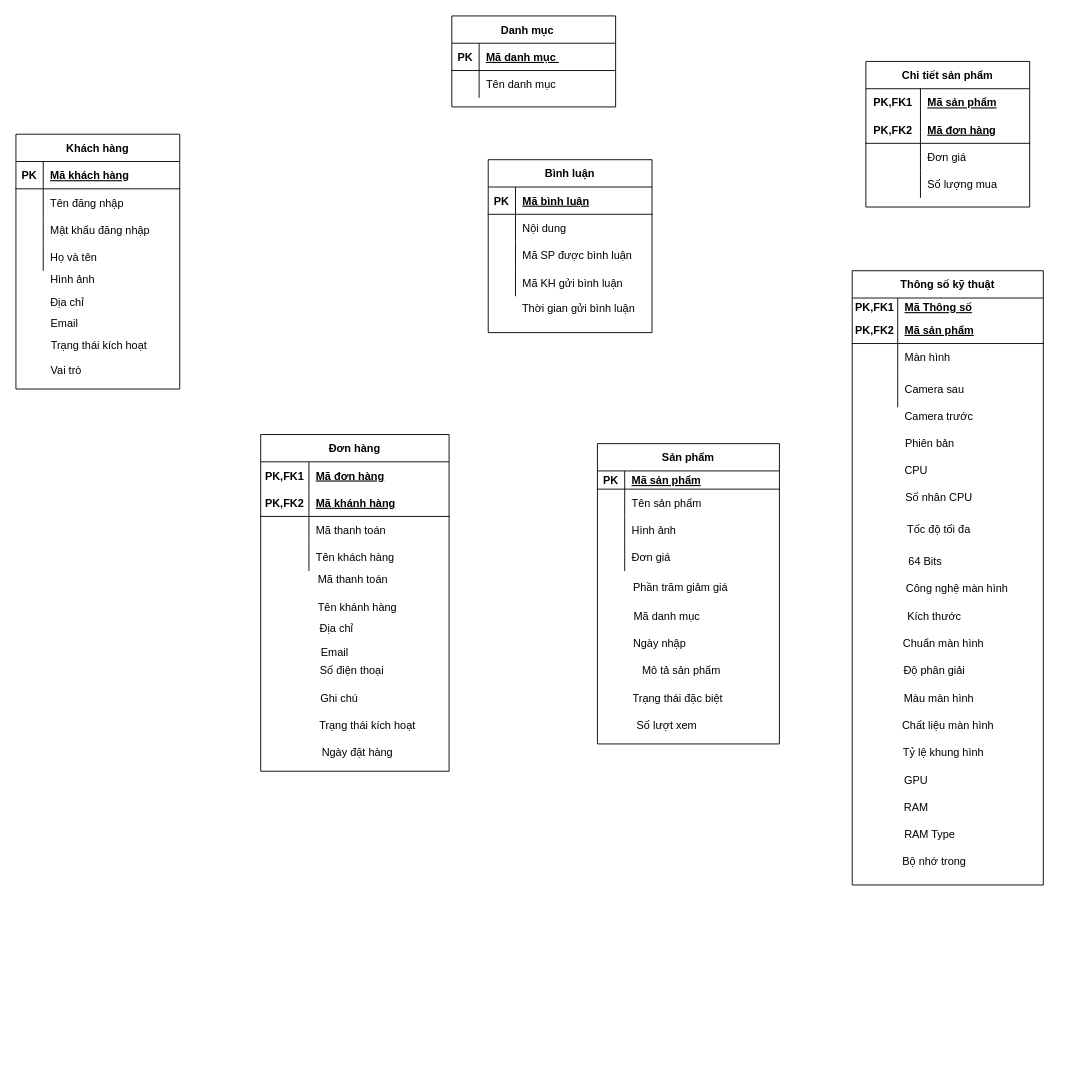
Above: Untitled Diagram.drawio in KhoantenKhoan/Team5 (draw.io), before the change. Source tidied: cells renumbered, new cells numbered last; positions are measured from the earlier drawing's top-left corner, leaving out a move shared by most shapes. Both pictures are drawn from the tidied source at 91%, with x=0, y=0 at pixel (15, 15).
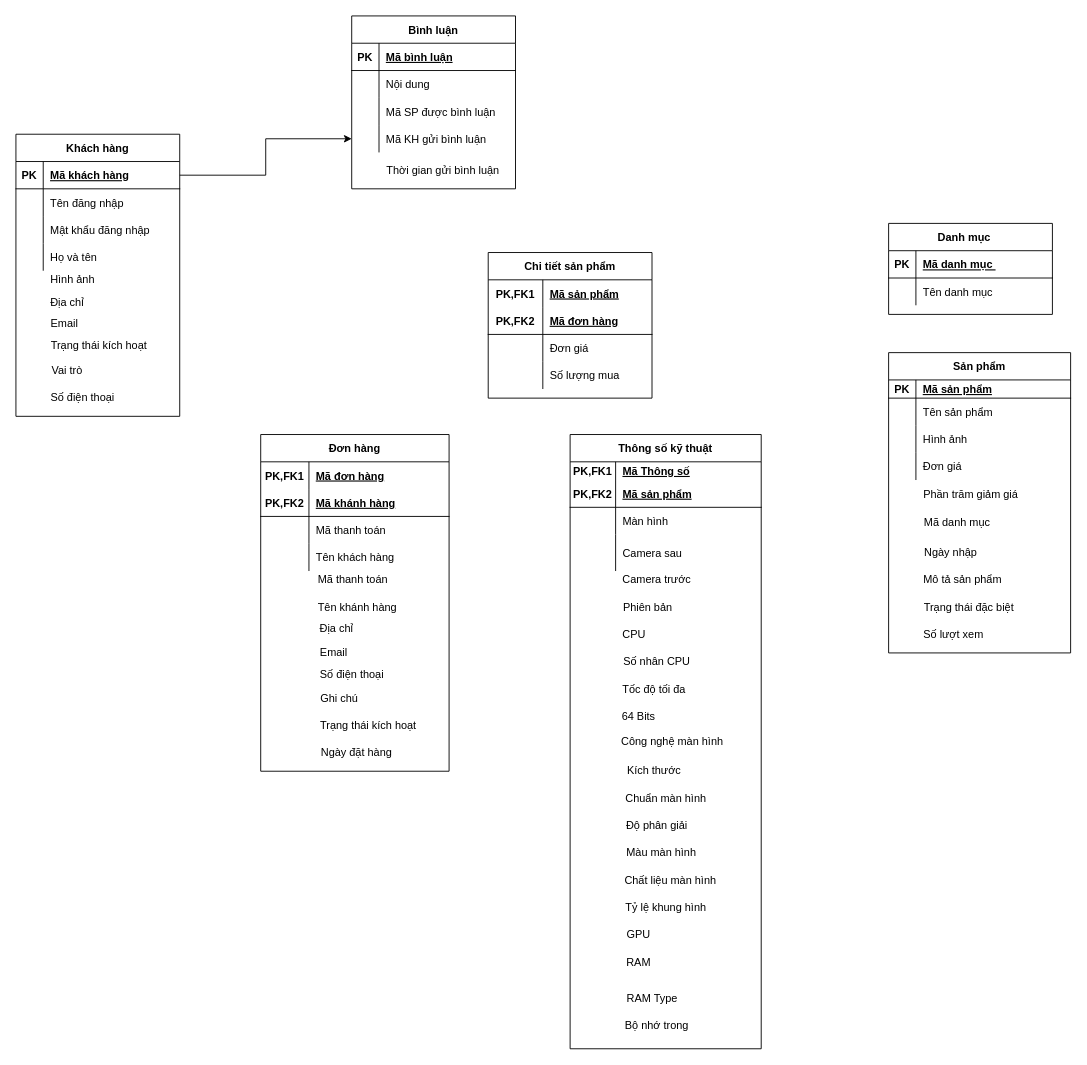
The same diagram, later.

The change refers to these unchanged cells:
```xml
<mxCell id="59" style="shape=partialRectangle;fillColor=none;top=0;left=0;bottom=1;right=0;points=[[0,0.5],[1,0.5]];portConstraint=eastwest;" parent="58" vertex="1">
  <mxGeometry y="30" width="180" height="30" as="geometry" />
</mxCell>
<mxCell id="120" style="shape=partialRectangle;fillColor=none;top=0;left=0;bottom=0;right=0;points=[[0,0.5],[1,0.5]];portConstraint=eastwest;" parent="110" vertex="1">
  <mxGeometry y="120" width="180" height="30" as="geometry" />
</mxCell>
```

Diff of the diagram source:
```diff
@@
     <mxCell id="2" value="Thông số kỹ thuật" style="shape=table;startSize=30;childLayout=tableLayout;rowLines=0;fontStyle=1;align=center;" parent="1" vertex="1">
-      <mxGeometry x="919" y="280" width="210" height="675" as="geometry" />
+      <mxGeometry x="609" y="460" width="210" height="675" as="geometry" />
     </mxCell>
@@
     <mxCell id="15" value="Danh mục    " style="shape=table;startSize=30;childLayout=tableLayout;rowLines=0;fontStyle=1;align=center;" parent="1" vertex="1">
-      <mxGeometry x="479" width="180" height="100" as="geometry" />
+      <mxGeometry x="959" y="228" width="180" height="100" as="geometry" />
     </mxCell>
@@
     <mxCell id="22" value="Sản phẩm" style="shape=table;startSize=30;childLayout=tableLayout;rowLines=0;fontStyle=1;align=center;" parent="1" vertex="1">
-      <mxGeometry x="639" y="470" width="200" height="330" as="geometry" />
+      <mxGeometry x="959" y="370" width="200" height="330" as="geometry" />
     </mxCell>
@@
     <mxCell id="35" value="Phần trăm giảm giá" style="text;html=1;align=center;verticalAlign=middle;strokeColor=none;fillColor=none;" parent="1" vertex="1">
-      <mxGeometry x="670" y="618" width="120" height="20" as="geometry" />
+      <mxGeometry x="989" y="516" width="120" height="20" as="geometry" />
     </mxCell>
     <mxCell id="36" value="Mã danh mục" style="text;html=1;align=center;verticalAlign=middle;strokeColor=none;fillColor=none;" parent="1" vertex="1">
-      <mxGeometry x="670" y="650" width="90" height="20" as="geometry" />
+      <mxGeometry x="989" y="546.5" width="90" height="20" as="geometry" />
     </mxCell>
     <mxCell id="37" value="Ngày nhập" style="text;html=1;align=center;verticalAlign=middle;strokeColor=none;fillColor=none;" parent="1" vertex="1">
-      <mxGeometry x="672" y="680" width="70" height="20" as="geometry" />
+      <mxGeometry x="992" y="580" width="70" height="20" as="geometry" />
     </mxCell>
     <mxCell id="38" value="Mô tả sản phẩm" style="text;html=1;align=center;verticalAlign=middle;strokeColor=none;fillColor=none;" parent="1" vertex="1">
-      <mxGeometry x="681" y="710" width="100" height="20" as="geometry" />
+      <mxGeometry x="990" y="610" width="100" height="20" as="geometry" />
     </mxCell>
     <mxCell id="39" value="Trạng thái đặc biệt" style="text;html=1;align=center;verticalAlign=middle;strokeColor=none;fillColor=none;" parent="1" vertex="1">
-      <mxGeometry x="672" y="740" width="110" height="20" as="geometry" />
+      <mxGeometry x="992" y="640" width="110" height="20" as="geometry" />
     </mxCell>
     <mxCell id="40" value="Số lượt xem" style="text;html=1;align=center;verticalAlign=middle;strokeColor=none;fillColor=none;" parent="1" vertex="1">
-      <mxGeometry x="675" y="770" width="80" height="20" as="geometry" />
+      <mxGeometry x="990" y="670" width="80" height="20" as="geometry" />
     </mxCell>
     <mxCell id="41" value="Camera trước" style="text;html=1;align=center;verticalAlign=middle;strokeColor=none;fillColor=none;" parent="1" vertex="1">
-      <mxGeometry x="969" y="430" width="90" height="20" as="geometry" />
+      <mxGeometry x="659" y="610" width="90" height="20" as="geometry" />
     </mxCell>
     <mxCell id="42" value="Phiên bản" style="text;html=1;align=center;verticalAlign=middle;strokeColor=none;fillColor=none;" parent="1" vertex="1">
-      <mxGeometry x="969" y="460" width="70" height="20" as="geometry" />
+      <mxGeometry x="659" y="640" width="70" height="20" as="geometry" />
     </mxCell>
     <mxCell id="43" value="CPU" style="text;html=1;align=center;verticalAlign=middle;strokeColor=none;fillColor=none;" parent="1" vertex="1">
-      <mxGeometry x="969" y="490" width="40" height="20" as="geometry" />
+      <mxGeometry x="659" y="670" width="40" height="20" as="geometry" />
     </mxCell>
     <mxCell id="44" value="Số nhân CPU" style="text;html=1;align=center;verticalAlign=middle;strokeColor=none;fillColor=none;" parent="1" vertex="1">
-      <mxGeometry x="969" y="520" width="90" height="20" as="geometry" />
+      <mxGeometry x="659" y="700" width="90" height="20" as="geometry" />
     </mxCell>
     <mxCell id="45" value="Tốc độ tối đa" style="text;html=1;align=center;verticalAlign=middle;strokeColor=none;fillColor=none;" parent="1" vertex="1">
-      <mxGeometry x="969" y="555" width="90" height="20" as="geometry" />
+      <mxGeometry x="656" y="730" width="90" height="20" as="geometry" />
     </mxCell>
     <mxCell id="46" value="64 Bits" style="text;html=1;align=center;verticalAlign=middle;strokeColor=none;fillColor=none;" parent="1" vertex="1">
-      <mxGeometry x="974" y="590" width="50" height="20" as="geometry" />
+      <mxGeometry x="659" y="760" width="50" height="20" as="geometry" />
     </mxCell>
     <mxCell id="47" value="Công nghệ màn hình" style="text;html=1;align=center;verticalAlign=middle;strokeColor=none;fillColor=none;" parent="1" vertex="1">
-      <mxGeometry x="969" y="620" width="130" height="20" as="geometry" />
+      <mxGeometry x="656" y="787.5" width="130" height="20" as="geometry" />
     </mxCell>
     <mxCell id="48" value="Kích thước" style="text;html=1;align=center;verticalAlign=middle;strokeColor=none;fillColor=none;" parent="1" vertex="1">
-      <mxGeometry x="974" y="650" width="70" height="20" as="geometry" />
+      <mxGeometry x="666" y="820" width="70" height="20" as="geometry" />
     </mxCell>
     <mxCell id="49" value="Chuẩn màn hình" style="text;html=1;align=center;verticalAlign=middle;strokeColor=none;fillColor=none;" parent="1" vertex="1">
-      <mxGeometry x="969" y="680" width="100" height="20" as="geometry" />
+      <mxGeometry x="664" y="850" width="100" height="20" as="geometry" />
     </mxCell>
     <mxCell id="50" value="Độ phân giải" style="text;html=1;align=center;verticalAlign=middle;strokeColor=none;fillColor=none;" parent="1" vertex="1">
-      <mxGeometry x="969" y="710" width="80" height="20" as="geometry" />
+      <mxGeometry x="664" y="880" width="80" height="20" as="geometry" />
     </mxCell>
     <mxCell id="51" value="Màu màn hình" style="text;html=1;align=center;verticalAlign=middle;strokeColor=none;fillColor=none;" parent="1" vertex="1">
-      <mxGeometry x="969" y="740" width="90" height="20" as="geometry" />
+      <mxGeometry x="664" y="910" width="90" height="20" as="geometry" />
     </mxCell>
     <mxCell id="52" value="Chất liệu màn hình" style="text;html=1;align=center;verticalAlign=middle;strokeColor=none;fillColor=none;" parent="1" vertex="1">
-      <mxGeometry x="964" y="770" width="120" height="20" as="geometry" />
+      <mxGeometry x="659" y="940" width="120" height="20" as="geometry" />
     </mxCell>
     <mxCell id="53" value="Tỷ lệ khung hình" style="text;html=1;align=center;verticalAlign=middle;strokeColor=none;fillColor=none;" parent="1" vertex="1">
-      <mxGeometry x="969" y="800" width="100" height="20" as="geometry" />
+      <mxGeometry x="664" y="970" width="100" height="20" as="geometry" />
     </mxCell>
     <mxCell id="54" value="GPU" style="text;html=1;align=center;verticalAlign=middle;strokeColor=none;fillColor=none;" parent="1" vertex="1">
-      <mxGeometry x="969" y="830" width="40" height="20" as="geometry" />
+      <mxGeometry x="664" y="1000" width="40" height="20" as="geometry" />
     </mxCell>
     <mxCell id="55" value="RAM" style="text;html=1;align=center;verticalAlign=middle;strokeColor=none;fillColor=none;" parent="1" vertex="1">
-      <mxGeometry x="969" y="860" width="40" height="20" as="geometry" />
+      <mxGeometry x="664" y="1030" width="40" height="20" as="geometry" />
     </mxCell>
     <mxCell id="56" value="RAM Type" style="text;html=1;align=center;verticalAlign=middle;strokeColor=none;fillColor=none;" parent="1" vertex="1">
-      <mxGeometry x="969" y="890" width="70" height="20" as="geometry" />
+      <mxGeometry x="664" y="1070" width="70" height="20" as="geometry" />
     </mxCell>
     <mxCell id="57" value="Bộ nhớ trong" style="text;html=1;align=center;verticalAlign=middle;strokeColor=none;fillColor=none;" parent="1" vertex="1">
-      <mxGeometry x="964" y="920" width="90" height="20" as="geometry" />
+      <mxGeometry x="659" y="1100" width="90" height="20" as="geometry" />
     </mxCell>
     <mxCell id="58" value="Khách hàng" style="shape=table;startSize=30;childLayout=tableLayout;rowLines=0;fontStyle=1;align=center;" parent="1" vertex="1">
-      <mxGeometry y="130" width="180" height="280" as="geometry" />
+      <mxGeometry y="130" width="180" height="310" as="geometry" />
     </mxCell>
@@
     <mxCell id="75" value="Vai trò" style="text;html=1;align=center;verticalAlign=middle;strokeColor=none;fillColor=none;" parent="1" vertex="1">
-      <mxGeometry x="30" y="380" width="50" height="20" as="geometry" />
+      <mxGeometry x="31" y="380" width="50" height="20" as="geometry" />
     </mxCell>
@@
     <mxCell id="91" value="Địa chỉ" style="text;html=1;align=center;verticalAlign=middle;strokeColor=none;fillColor=none;" parent="1" vertex="1">
-      <mxGeometry x="327" y="663" width="50" height="20" as="geometry" />
+      <mxGeometry x="327" y="664" width="50" height="20" as="geometry" />
     </mxCell>
     <mxCell id="92" value="Email" style="text;html=1;align=center;verticalAlign=middle;strokeColor=none;fillColor=none;" parent="1" vertex="1">
-      <mxGeometry x="325" y="690" width="50" height="20" as="geometry" />
+      <mxGeometry x="324" y="690" width="50" height="20" as="geometry" />
     </mxCell>
     <mxCell id="93" value="Số điện thoại" style="text;html=1;align=center;verticalAlign=middle;strokeColor=none;fillColor=none;" parent="1" vertex="1">
-      <mxGeometry x="324" y="710" width="90" height="20" as="geometry" />
+      <mxGeometry x="324" y="714" width="90" height="20" as="geometry" />
     </mxCell>
@@
     <mxCell id="95" value="Trạng thái kích hoạt" style="text;html=1;align=center;verticalAlign=middle;strokeColor=none;fillColor=none;" parent="1" vertex="1">
-      <mxGeometry x="326" y="770" width="120" height="20" as="geometry" />
+      <mxGeometry x="327" y="770" width="120" height="20" as="geometry" />
     </mxCell>
     <mxCell id="96" value="Ngày đặt hàng" style="text;html=1;align=center;verticalAlign=middle;strokeColor=none;fillColor=none;" parent="1" vertex="1">
-      <mxGeometry x="330" y="800" width="90" height="20" as="geometry" />
+      <mxGeometry x="329" y="800" width="90" height="20" as="geometry" />
     </mxCell>
     <mxCell id="97" value="Chi tiết sản phẩm" style="shape=table;startSize=30;childLayout=tableLayout;rowLines=0;fontStyle=1;align=center;" parent="1" vertex="1">
-      <mxGeometry x="934" y="50" width="180" height="160" as="geometry" />
+      <mxGeometry x="519" y="260" width="180" height="160" as="geometry" />
     </mxCell>
@@
     <mxCell id="110" value="Bình luận" style="shape=table;startSize=30;childLayout=tableLayout;rowLines=0;fontStyle=1;align=center;" parent="1" vertex="1">
-      <mxGeometry x="519" y="158" width="180" height="190" as="geometry" />
+      <mxGeometry x="369" width="180" height="190" as="geometry" />
     </mxCell>
@@
     <mxCell id="123" value="Thời gian gửi bình luận" style="text;html=1;align=center;verticalAlign=middle;strokeColor=none;fillColor=none;" parent="1" vertex="1">
-      <mxGeometry x="548" y="312" width="140" height="20" as="geometry" />
+      <mxGeometry x="399" y="160" width="140" height="20" as="geometry" />
     </mxCell>
+    <mxCell id="124" value="Số điện thoại" style="text;html=1;align=center;verticalAlign=middle;strokeColor=none;fillColor=none;" parent="1" vertex="1">
+      <mxGeometry x="28" y="410" width="90" height="20" as="geometry" />
+    </mxCell>
+    <mxCell id="125" style="edgeStyle=orthogonalEdgeStyle;rounded=0;jettySize=auto;html=1;exitX=1;exitY=0.5;exitDx=0;exitDy=0;entryX=0;entryY=0.5;entryDx=0;entryDy=0;" parent="1" edge="1" source="59" target="120">
+      <mxGeometry relative="1" as="geometry" />
+    </mxCell>
```
